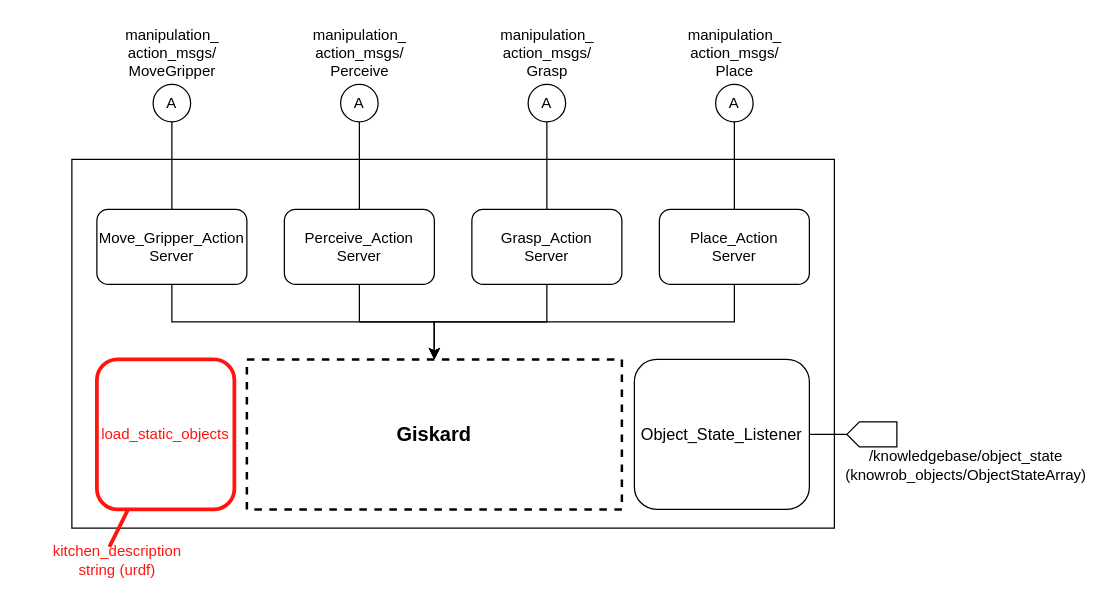
Earlier version of the draw.io diagram architecture/manipulation_architecture/Manipulation Architecture.drawio (SUTURO/suturo_resources). Source tidied: cells renumbered, new cells numbered last; positions are measured from the earlier drawing's top-left corner, leaving out a move shared by most shapes. Both pictures are drawn from the tidied source at 125%, with x=0, y=0 at pixel (41, 21).
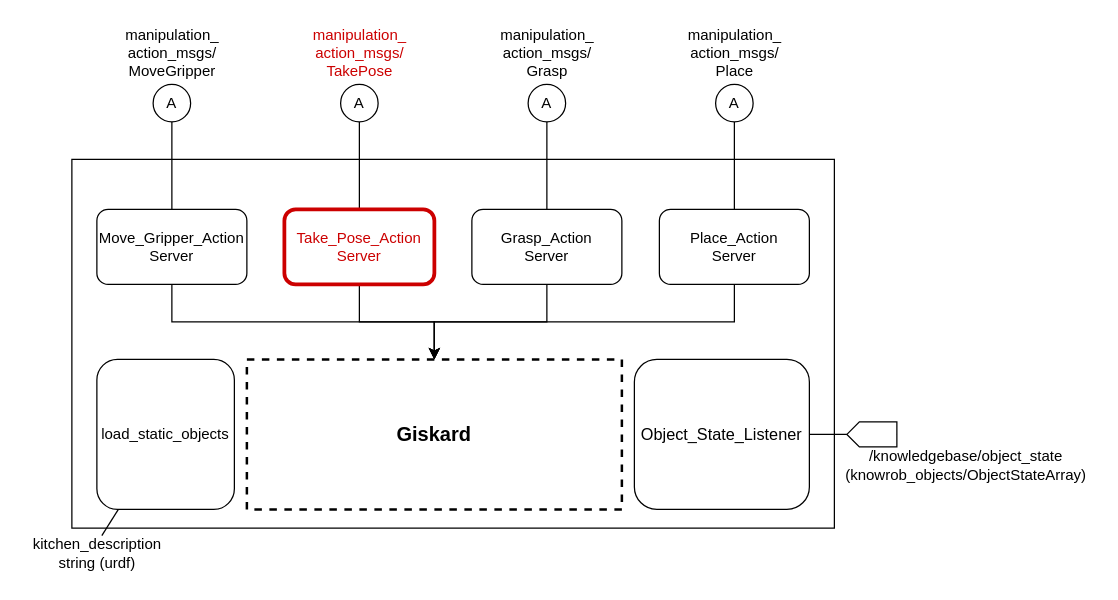
The same diagram, later.

Commit message (it also covers changes not shown here):
Updated Manipulation Diagram

The edit, as a diff of the source:
```diff
@@
-    <mxCell id="14" value="&lt;div&gt;Perceive_Action&lt;/div&gt;Server" style="rounded=1;whiteSpace=wrap;html=1;strokeColor=#000000;strokeWidth=1;fontColor=#000000;" parent="1" vertex="1">
+    <mxCell id="14" value="&lt;div&gt;Take_Pose_Action&lt;/div&gt;Server" style="rounded=1;whiteSpace=wrap;html=1;strokeColor=#CC0000;strokeWidth=3;fontColor=#CC0000;" parent="1" vertex="1">
       <mxGeometry x="194" y="150" width="120" height="60" as="geometry" />
     </mxCell>
@@
-    <mxCell id="23" value="&lt;div&gt;manipulation_&lt;/div&gt;&lt;div&gt;action_msgs/&lt;/div&gt;&lt;div&gt;Perceive&lt;/div&gt;" style="text;html=1;align=center;verticalAlign=middle;fontColor=#000000;" parent="1" vertex="1">
+    <mxCell id="23" value="&lt;div&gt;manipulation_&lt;/div&gt;&lt;div&gt;action_msgs/&lt;/div&gt;&lt;div&gt;TakePose&lt;/div&gt;" style="text;html=1;align=center;verticalAlign=middle;fontColor=#CC0000;" parent="1" vertex="1">
       <mxGeometry x="209" width="90" height="50" as="geometry" />
     </mxCell>
@@
-    <mxCell id="29" value="&lt;font color=&quot;#FF150D&quot;&gt;load_static_objects&lt;/font&gt;" style="rounded=1;whiteSpace=wrap;html=1;strokeColor=#FF150D;strokeWidth=3;fontColor=#000000;" parent="1" vertex="1">
+    <mxCell id="29" value="&lt;font&gt;load_static_objects&lt;/font&gt;" style="rounded=1;whiteSpace=wrap;html=1;strokeColor=#000000;strokeWidth=1;fontColor=#000000;" parent="1" vertex="1">
       <mxGeometry x="44" y="270" width="110" height="120" as="geometry" />
     </mxCell>
-    <mxCell id="30" style="endArrow=none;html=1;fontColor=#000000;strokeColor=#FF150D;strokeWidth=3;" parent="1" edge="1" target="29">
-      <mxGeometry relative="1" as="geometry">
-        <mxPoint x="54" y="420" as="sourcePoint" />
-      </mxGeometry>
+    <mxCell id="30" style="endArrow=none;html=1;fontColor=#000000;strokeColor=#000000;strokeWidth=1;exitX=0.533;exitY=0.033;exitDx=0;exitDy=0;exitPerimeter=0;" parent="1" edge="1" source="31" target="29">
+      <mxGeometry relative="1" as="geometry" />
     </mxCell>
-    <mxCell id="31" value="&lt;div&gt;kitchen_description&lt;/div&gt;&lt;div&gt;string (urdf)&lt;br&gt;&lt;/div&gt;" style="text;html=1;align=center;verticalAlign=middle;points=[];fontColor=#FF150D;" parent="1" vertex="1">
-      <mxGeometry y="416" width="120" height="30" as="geometry" />
+    <mxCell id="31" value="&lt;div&gt;kitchen_description&lt;/div&gt;&lt;div&gt;string (urdf)&lt;br&gt;&lt;/div&gt;" style="text;html=1;align=center;verticalAlign=middle;points=[];fontColor=#000000;" parent="1" vertex="1">
+      <mxGeometry x="-16" y="410" width="120" height="30" as="geometry" />
     </mxCell>
```
